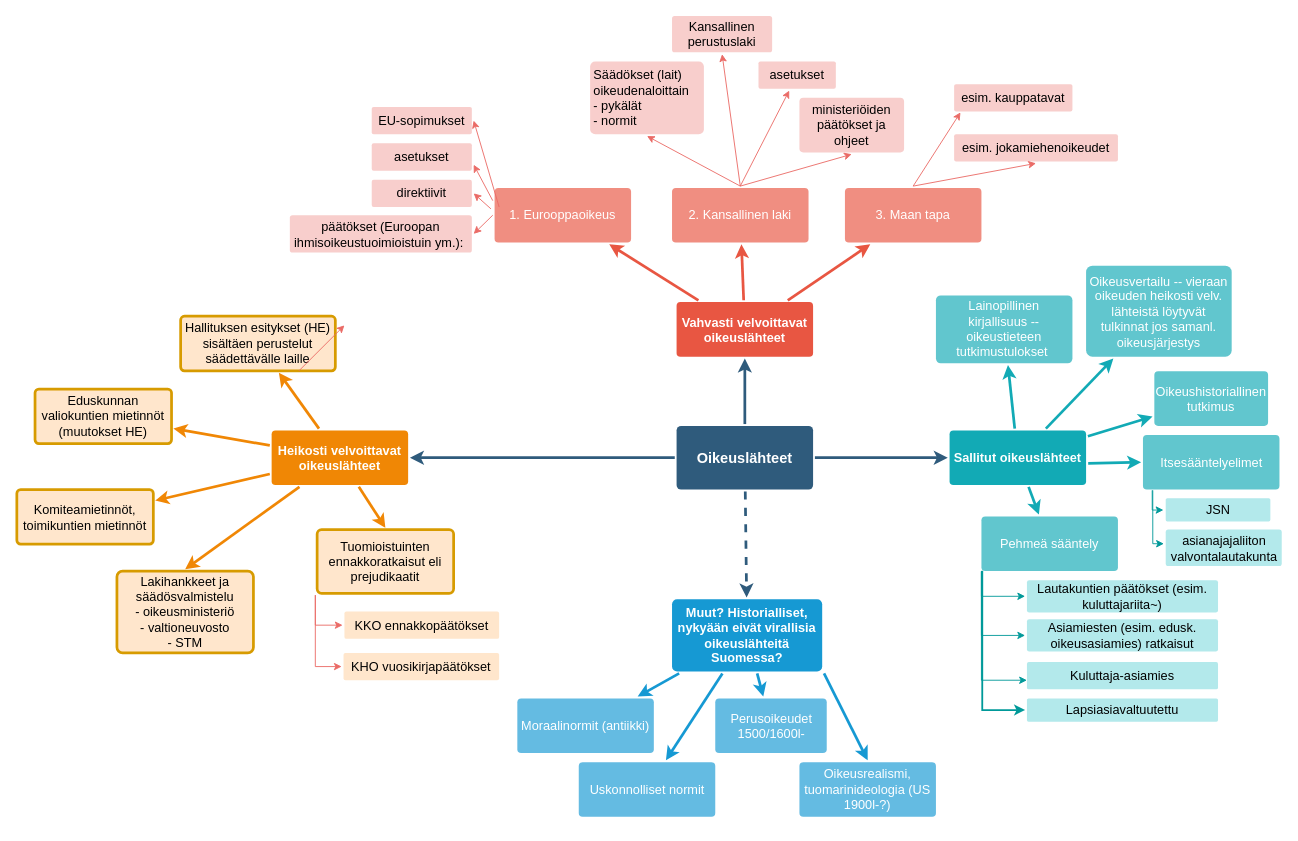
fellower/docs keeps this draw.io diagram as Untitled Diagram.drawio. Above is the earlier version. Source tidied: cells renumbered, new cells numbered last; positions are measured from the earlier drawing's top-left corner, leaving out a move shared by most shapes. Both pictures are drawn from the tidied source at 91%, with x=0, y=0 at pixel (16, 15).
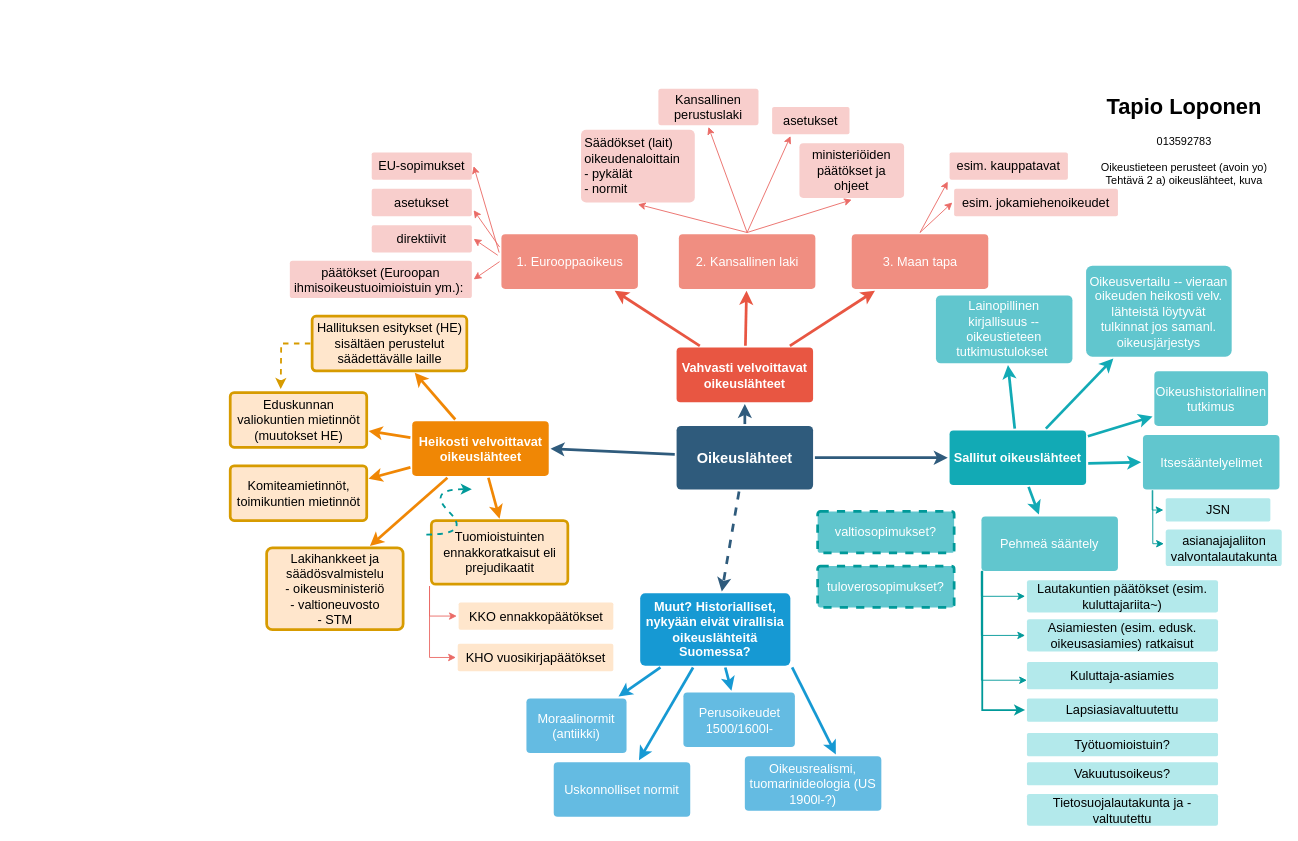
After the change.

What changed in the source:
```diff
@@
     <mxCell id="10" value="Vahvasti velvoittavat oikeuslähteet" style="rounded=1;whiteSpace=wrap;html=1;shadow=0;labelBackgroundColor=none;strokeColor=none;strokeWidth=3;fillColor=#e85642;fontFamily=Helvetica;fontSize=14;fontColor=#FFFFFF;align=center;spacing=5;fontStyle=1;arcSize=7;perimeterSpacing=2;" parent="1" vertex="1">
-      <mxGeometry x="725" y="314.5" width="150" height="60" as="geometry" />
+      <mxGeometry x="725" y="364.5" width="150" height="60" as="geometry" />
     </mxCell>
     <mxCell id="11" value="1. Eurooppaoikeus" style="rounded=1;whiteSpace=wrap;html=1;shadow=0;labelBackgroundColor=none;strokeColor=none;strokeWidth=3;fillColor=#f08e81;fontFamily=Helvetica;fontSize=14;fontColor=#FFFFFF;align=center;spacing=5;fontStyle=0;arcSize=7;perimeterSpacing=2;" parent="1" vertex="1">
-      <mxGeometry x="525" y="189" width="150" height="60" as="geometry" />
+      <mxGeometry x="532.5" y="240" width="150" height="60" as="geometry" />
     </mxCell>
     <mxCell id="12" value="2. Kansallinen laki" style="rounded=1;whiteSpace=wrap;html=1;shadow=0;labelBackgroundColor=none;strokeColor=none;strokeWidth=3;fillColor=#f08e81;fontFamily=Helvetica;fontSize=14;fontColor=#FFFFFF;align=center;spacing=5;fontStyle=0;arcSize=7;perimeterSpacing=2;" parent="1" vertex="1">
-      <mxGeometry x="720" y="189" width="150" height="60" as="geometry" />
+      <mxGeometry x="727.5" y="240" width="150" height="60" as="geometry" />
     </mxCell>
     <mxCell id="13" value="3. Maan tapa" style="rounded=1;whiteSpace=wrap;html=1;shadow=0;labelBackgroundColor=none;strokeColor=none;strokeWidth=3;fillColor=#f08e81;fontFamily=Helvetica;fontSize=14;fontColor=#FFFFFF;align=center;spacing=5;fontStyle=0;arcSize=7;perimeterSpacing=2;" parent="1" vertex="1">
-      <mxGeometry x="910" y="189" width="150" height="60" as="geometry" />
+      <mxGeometry x="917.5" y="240" width="150" height="60" as="geometry" />
     </mxCell>
@@
     <mxCell id="17" value="Muut? Historialliset, nykyään eivät virallisia oikeuslähteitä Suomessa?" style="rounded=1;whiteSpace=wrap;html=1;shadow=0;labelBackgroundColor=none;strokeColor=none;strokeWidth=3;fillColor=#1699d3;fontFamily=Helvetica;fontSize=14;fontColor=#FFFFFF;align=center;spacing=5;fontStyle=1;arcSize=7;perimeterSpacing=2;" parent="1" vertex="1">
-      <mxGeometry x="720" y="641" width="165" height="79.5" as="geometry" />
+      <mxGeometry x="685" y="634.5" width="165" height="79.5" as="geometry" />
     </mxCell>
     <mxCell id="18" value="Uskonnolliset normit" style="rounded=1;whiteSpace=wrap;html=1;shadow=0;labelBackgroundColor=none;strokeColor=none;strokeWidth=3;fillColor=#64bbe2;fontFamily=Helvetica;fontSize=14;fontColor=#FFFFFF;align=center;spacing=5;arcSize=7;perimeterSpacing=2;" parent="1" vertex="1">
-      <mxGeometry x="617.5" y="820" width="150" height="60" as="geometry" />
+      <mxGeometry x="590" y="820" width="150" height="60" as="geometry" />
     </mxCell>
     <mxCell id="19" value="Perusoikeudet 1500/1600l-" style="rounded=1;whiteSpace=wrap;html=1;shadow=0;labelBackgroundColor=none;strokeColor=none;strokeWidth=3;fillColor=#64bbe2;fontFamily=Helvetica;fontSize=14;fontColor=#FFFFFF;align=center;spacing=5;arcSize=7;perimeterSpacing=2;" parent="1" vertex="1">
-      <mxGeometry x="767.5" y="750" width="122.5" height="60" as="geometry" />
+      <mxGeometry x="732.5" y="743.5" width="122.5" height="60" as="geometry" />
     </mxCell>
     <mxCell id="20" value="Moraalinormit (antiikki)" style="rounded=1;whiteSpace=wrap;html=1;shadow=0;labelBackgroundColor=none;strokeColor=none;strokeWidth=3;fillColor=#64bbe2;fontFamily=Helvetica;fontSize=14;fontColor=#FFFFFF;align=center;spacing=5;arcSize=7;perimeterSpacing=2;" parent="1" vertex="1">
-      <mxGeometry x="550" y="750" width="150" height="60" as="geometry" />
+      <mxGeometry x="560" y="750" width="110" height="60" as="geometry" />
     </mxCell>
     <mxCell id="21" value="Heikosti velvoittavat oikeuslähteet" style="rounded=1;whiteSpace=wrap;html=1;shadow=0;labelBackgroundColor=none;strokeColor=none;strokeWidth=3;fillColor=#F08705;fontFamily=Helvetica;fontSize=14;fontColor=#FFFFFF;align=center;spacing=5;fontStyle=1;arcSize=7;perimeterSpacing=2;" parent="1" vertex="1">
-      <mxGeometry x="280" y="455.5" width="150" height="60" as="geometry" />
+      <mxGeometry x="434.5" y="445.5" width="150" height="60" as="geometry" />
     </mxCell>
+    <mxCell id="82" style="edgeStyle=orthogonalEdgeStyle;rounded=0;jumpStyle=arc;jumpSize=6;jettySize=auto;html=1;exitX=0;exitY=0.5;exitDx=0;exitDy=0;dashed=1;strokeColor=#d79b00;strokeWidth=2;fontColor=#000000;fillColor=#ffe6cc;" parent="1" edge="1" source="22">
+      <mxGeometry relative="1" as="geometry">
+        <mxPoint x="290" y="410" as="targetPoint" />
+      </mxGeometry>
+    </mxCell>
     <mxCell id="22" value="Hallituksen esitykset (HE) sisältäen perustelut säädettävälle laille" style="rounded=1;whiteSpace=wrap;html=1;shadow=0;labelBackgroundColor=none;strokeColor=#d79b00;strokeWidth=3;fillColor=#ffe6cc;fontFamily=Helvetica;fontSize=14;align=center;spacing=5;arcSize=7;perimeterSpacing=2;" parent="1" vertex="1">
-      <mxGeometry x="180" y="330" width="170" height="60" as="geometry" />
+      <mxGeometry x="324.5" y="330" width="170" height="60" as="geometry" />
     </mxCell>
@@
     <mxCell id="24" value="Eduskunnan valiokuntien mietinnöt (muutokset HE)" style="rounded=1;whiteSpace=wrap;html=1;shadow=0;labelBackgroundColor=none;strokeColor=#d79b00;strokeWidth=3;fillColor=#ffe6cc;fontFamily=Helvetica;fontSize=14;align=center;spacing=5;arcSize=7;perimeterSpacing=2;" parent="1" vertex="1">
-      <mxGeometry x="20" y="410" width="150" height="60" as="geometry" />
+      <mxGeometry x="234.5" y="414" width="150" height="60" as="geometry" />
     </mxCell>
@@
     <mxCell id="26" value="Komiteamietinnöt, toimikuntien mietinnöt" style="rounded=1;whiteSpace=wrap;html=1;shadow=0;labelBackgroundColor=none;strokeColor=#d79b00;strokeWidth=3;fillColor=#ffe6cc;fontFamily=Helvetica;fontSize=14;align=center;spacing=5;arcSize=7;perimeterSpacing=2;" parent="1" vertex="1">
-      <mxGeometry y="520.5" width="150" height="60" as="geometry" />
+      <mxGeometry x="234.5" y="494.5" width="150" height="60" as="geometry" />
     </mxCell>
-    <mxCell id="27" style="edgeStyle=none;rounded=0;jumpStyle=none;html=1;shadow=0;labelBackgroundColor=none;startArrow=none;startFill=0;endArrow=classic;endFill=1;jettySize=auto;strokeColor=#F08705;strokeWidth=3;fontFamily=Helvetica;fontSize=14;fontColor=#FFFFFF;spacing=5;" parent="1" edge="1" source="21" target="26">
+    <mxCell id="27" style="edgeStyle=none;rounded=0;jumpStyle=none;html=1;shadow=0;labelBackgroundColor=none;startArrow=none;startFill=0;endArrow=classic;endFill=1;jettySize=auto;strokeColor=#F08705;strokeWidth=3;fontFamily=Helvetica;fontSize=14;fontColor=#FFFFFF;spacing=5;entryX=1;entryY=0.25;entryDx=0;entryDy=0;" parent="1" edge="1" source="21" target="26">
       <mxGeometry relative="1" as="geometry" />
     </mxCell>
@@
     <mxCell id="38" value="EU-sopimukset" style="rounded=1;whiteSpace=wrap;html=1;shadow=0;labelBackgroundColor=none;strokeColor=none;strokeWidth=3;fontFamily=Helvetica;fontSize=14;align=center;spacing=5;fontStyle=0;arcSize=7;perimeterSpacing=2;fillColor=#F8CECC;" parent="1" vertex="1">
-      <mxGeometry x="390" y="100" width="110" height="30" as="geometry" />
+      <mxGeometry x="390" y="150" width="110" height="30" as="geometry" />
     </mxCell>
     <mxCell id="39" value="asetukset" style="rounded=1;whiteSpace=wrap;html=1;shadow=0;labelBackgroundColor=none;strokeColor=none;strokeWidth=3;fontFamily=Helvetica;fontSize=14;align=center;spacing=5;fontStyle=0;arcSize=7;perimeterSpacing=2;fillColor=#F8CECC;" parent="1" vertex="1">
-      <mxGeometry x="390" y="140" width="110" height="30" as="geometry" />
+      <mxGeometry x="390" y="190" width="110" height="30" as="geometry" />
     </mxCell>
     <mxCell id="40" value="direktiivit" style="rounded=1;whiteSpace=wrap;html=1;shadow=0;labelBackgroundColor=none;strokeColor=none;strokeWidth=3;fontFamily=Helvetica;fontSize=14;align=center;spacing=5;fontStyle=0;arcSize=7;perimeterSpacing=2;fillColor=#F8CECC;" parent="1" vertex="1">
-      <mxGeometry x="390" y="180" width="110" height="30" as="geometry" />
+      <mxGeometry x="390" y="230" width="110" height="30" as="geometry" />
     </mxCell>
     <mxCell id="41" value="päätökset (Euroopan ihmisoikeustuoimioistuin ym.):&amp;nbsp;" style="rounded=1;whiteSpace=wrap;html=1;shadow=0;labelBackgroundColor=none;strokeColor=none;strokeWidth=3;fontFamily=Helvetica;fontSize=14;align=center;spacing=5;fontStyle=0;arcSize=7;perimeterSpacing=2;fillColor=#F8CECC;" parent="1" vertex="1">
-      <mxGeometry x="300" y="219" width="200" height="41" as="geometry" />
+      <mxGeometry x="300" y="269" width="200" height="41" as="geometry" />
     </mxCell>
@@
     <mxCell id="45" style="endArrow=classic;html=1;fontColor=#000000;entryX=1;entryY=0.5;entryDx=0;entryDy=0;strokeColor=#EA6B66;" parent="1" edge="1" target="38">
       <mxGeometry relative="1" as="geometry">
-        <mxPoint x="530" y="210" as="sourcePoint" />
+        <mxPoint x="530" y="260" as="sourcePoint" />
       </mxGeometry>
     </mxCell>
     <mxCell id="46" value="Kansallinen perustuslaki" style="rounded=1;whiteSpace=wrap;html=1;shadow=0;labelBackgroundColor=none;strokeColor=none;strokeWidth=3;fontFamily=Helvetica;fontSize=14;align=center;spacing=5;fontStyle=0;arcSize=7;perimeterSpacing=2;fillColor=#F8CECC;" parent="1" vertex="1">
-      <mxGeometry x="720" width="110" height="40" as="geometry" />
+      <mxGeometry x="705" y="80" width="110" height="40" as="geometry" />
     </mxCell>
     <mxCell id="47" value="&lt;div style=&quot;text-align: left&quot;&gt;&lt;span&gt;Säädökset (lait) oikeudenaloittain&lt;/span&gt;&lt;/div&gt;&lt;div style=&quot;text-align: left&quot;&gt;&lt;span&gt;- pykälät&lt;/span&gt;&lt;/div&gt;&lt;div style=&quot;text-align: left&quot;&gt;&lt;span&gt;- normit&lt;/span&gt;&lt;/div&gt;" style="rounded=1;whiteSpace=wrap;html=1;shadow=0;labelBackgroundColor=none;strokeColor=none;strokeWidth=3;fontFamily=Helvetica;fontSize=14;align=center;spacing=5;fontStyle=0;arcSize=7;perimeterSpacing=2;fillColor=#F8CECC;" parent="1" vertex="1">
-      <mxGeometry x="630" y="50" width="125" height="80" as="geometry" />
+      <mxGeometry x="620" y="125" width="125" height="80" as="geometry" />
     </mxCell>
     <mxCell id="48" value="&lt;div style=&quot;text-align: left&quot;&gt;&lt;span&gt;asetukset&lt;/span&gt;&lt;/div&gt;" style="rounded=1;whiteSpace=wrap;html=1;shadow=0;labelBackgroundColor=none;strokeColor=none;strokeWidth=3;fontFamily=Helvetica;fontSize=14;align=center;spacing=5;fontStyle=0;arcSize=7;perimeterSpacing=2;fillColor=#F8CECC;" parent="1" vertex="1">
-      <mxGeometry x="815" y="50" width="85" height="30" as="geometry" />
+      <mxGeometry x="830" y="100" width="85" height="30" as="geometry" />
     </mxCell>
     <mxCell id="49" value="&lt;div style=&quot;&quot;&gt;&lt;span&gt;ministeriöiden päätökset ja ohjeet&lt;/span&gt;&lt;/div&gt;" style="rounded=1;whiteSpace=wrap;html=1;shadow=0;labelBackgroundColor=none;strokeColor=none;strokeWidth=3;fontFamily=Helvetica;fontSize=14;align=center;spacing=5;fontStyle=0;arcSize=7;perimeterSpacing=2;fillColor=#F8CECC;" parent="1" vertex="1">
-      <mxGeometry x="860" y="90" width="115" height="60" as="geometry" />
+      <mxGeometry x="860" y="140" width="115" height="60" as="geometry" />
     </mxCell>
     <mxCell id="50" value="&lt;div style=&quot;text-align: left&quot;&gt;&lt;span&gt;esim. kauppatavat&lt;/span&gt;&lt;/div&gt;" style="rounded=1;whiteSpace=wrap;html=1;shadow=0;labelBackgroundColor=none;strokeColor=none;strokeWidth=3;fontFamily=Helvetica;fontSize=14;align=center;spacing=5;fontStyle=0;arcSize=7;perimeterSpacing=2;fillColor=#F8CECC;" parent="1" vertex="1">
-      <mxGeometry x="1030" y="75" width="130" height="30" as="geometry" />
+      <mxGeometry x="1025" y="150" width="130" height="30" as="geometry" />
     </mxCell>
     <mxCell id="51" value="&lt;div style=&quot;text-align: left&quot;&gt;&lt;span&gt;esim. jokamiehenoikeudet&lt;/span&gt;&lt;/div&gt;" style="rounded=1;whiteSpace=wrap;html=1;shadow=0;labelBackgroundColor=none;strokeColor=none;strokeWidth=3;fontFamily=Helvetica;fontSize=14;align=center;spacing=5;fontStyle=0;arcSize=7;perimeterSpacing=2;fillColor=#F8CECC;" parent="1" vertex="1">
-      <mxGeometry x="1030" y="130" width="180" height="30" as="geometry" />
+      <mxGeometry x="1030" y="190" width="180" height="30" as="geometry" />
     </mxCell>
@@
-    <mxCell id="54" style="endArrow=classic;html=1;fontColor=#000000;exitX=0.5;exitY=0;exitDx=0;exitDy=0;strokeColor=#EA6B66;" parent="1" edge="1" source="12" target="48">
+    <mxCell id="54" style="endArrow=classic;html=1;fontColor=#000000;exitX=0.5;exitY=0;exitDx=0;exitDy=0;strokeColor=#EA6B66;entryX=0.25;entryY=1;entryDx=0;entryDy=0;" parent="1" edge="1" source="12" target="48">
       <mxGeometry relative="1" as="geometry" />
     </mxCell>
@@
-    <mxCell id="56" style="endArrow=classic;html=1;fontColor=#000000;exitX=0.5;exitY=0;exitDx=0;exitDy=0;strokeColor=#EA6B66;entryX=0.067;entryY=0.971;entryDx=0;entryDy=0;entryPerimeter=0;" parent="1" edge="1" source="13" target="50">
+    <mxCell id="56" style="endArrow=classic;html=1;fontColor=#000000;exitX=0.5;exitY=0;exitDx=0;exitDy=0;strokeColor=#EA6B66;entryX=0;entryY=1;entryDx=0;entryDy=0;" parent="1" edge="1" source="13" target="50">
       <mxGeometry relative="1" as="geometry" />
     </mxCell>
-    <mxCell id="57" style="endArrow=classic;html=1;fontColor=#000000;exitX=0.5;exitY=0;exitDx=0;exitDy=0;strokeColor=#EA6B66;entryX=0.5;entryY=1;entryDx=0;entryDy=0;" parent="1" edge="1" source="13" target="51">
+    <mxCell id="57" style="endArrow=classic;html=1;fontColor=#000000;exitX=0.5;exitY=0;exitDx=0;exitDy=0;strokeColor=#EA6B66;entryX=0;entryY=0.5;entryDx=0;entryDy=0;" parent="1" edge="1" source="13" target="51">
       <mxGeometry relative="1" as="geometry" />
     </mxCell>
     <mxCell id="58" value="Lakihankkeet ja säädösvalmistelu&lt;br&gt;- oikeusministeriö&lt;br&gt;- valtioneuvosto&lt;br&gt;- STM" style="rounded=1;whiteSpace=wrap;html=1;shadow=0;labelBackgroundColor=none;strokeColor=#d79b00;strokeWidth=3;fillColor=#ffe6cc;fontFamily=Helvetica;fontSize=14;align=center;spacing=5;arcSize=7;perimeterSpacing=2;" parent="1" vertex="1">
-      <mxGeometry x="110" y="610" width="150" height="90" as="geometry" />
+      <mxGeometry x="274.5" y="584.5" width="150" height="90" as="geometry" />
     </mxCell>
-    <mxCell id="59" style="edgeStyle=none;rounded=0;jumpStyle=none;html=1;shadow=0;labelBackgroundColor=none;startArrow=none;startFill=0;endArrow=classic;endFill=1;jettySize=auto;strokeColor=#F08705;strokeWidth=3;fontFamily=Helvetica;fontSize=14;fontColor=#FFFFFF;spacing=5;entryX=0.5;entryY=0;entryDx=0;entryDy=0;" parent="1" edge="1" source="21" target="58">
+    <mxCell id="59" style="edgeStyle=none;rounded=0;jumpStyle=none;html=1;shadow=0;labelBackgroundColor=none;startArrow=none;startFill=0;endArrow=classic;endFill=1;jettySize=auto;strokeColor=#F08705;strokeWidth=3;fontFamily=Helvetica;fontSize=14;fontColor=#FFFFFF;spacing=5;entryX=0.75;entryY=0;entryDx=0;entryDy=0;" parent="1" edge="1" source="21" target="58">
       <mxGeometry relative="1" as="geometry" />
     </mxCell>
     <mxCell id="60" style="edgeStyle=orthogonalEdgeStyle;rounded=0;jettySize=auto;html=1;exitX=0;exitY=1;exitDx=0;exitDy=0;entryX=0;entryY=0.5;entryDx=0;entryDy=0;strokeColor=#EA6B66;fontColor=#000000;" parent="1" edge="1" source="61" target="63">
       <mxGeometry relative="1" as="geometry">
         <Array as="points">
-          <mxPoint x="328" y="670" />
+          <mxPoint x="453.5" y="660" />
         </Array>
       </mxGeometry>
     </mxCell>
     <mxCell id="61" value="Tuomioistuinten ennakkoratkaisut eli prejudikaatit" style="rounded=1;whiteSpace=wrap;html=1;shadow=0;labelBackgroundColor=none;strokeColor=#d79b00;strokeWidth=3;fillColor=#ffe6cc;fontFamily=Helvetica;fontSize=14;align=center;spacing=5;arcSize=7;perimeterSpacing=2;" parent="1" vertex="1">
-      <mxGeometry x="330" y="564.5" width="150" height="70" as="geometry" />
+      <mxGeometry x="455.5" y="554.5" width="150" height="70" as="geometry" />
     </mxCell>
@@
     <mxCell id="63" value="KKO ennakkopäätökset" style="rounded=1;whiteSpace=wrap;html=1;shadow=0;labelBackgroundColor=none;strokeWidth=3;fontFamily=Helvetica;fontSize=14;align=center;spacing=5;fontStyle=0;arcSize=7;perimeterSpacing=2;strokeColor=none;fillColor=#FFE6CC;" parent="1" vertex="1">
-      <mxGeometry x="360" y="654.5" width="170" height="30" as="geometry" />
+      <mxGeometry x="485.5" y="644.5" width="170" height="30" as="geometry" />
     </mxCell>
     <mxCell id="64" value="KHO vuosikirjapäätökset" style="rounded=1;whiteSpace=wrap;html=1;shadow=0;labelBackgroundColor=none;strokeWidth=3;fontFamily=Helvetica;fontSize=14;align=center;spacing=5;fontStyle=0;arcSize=7;perimeterSpacing=2;strokeColor=none;fillColor=#FFE6CC;" parent="1" vertex="1">
-      <mxGeometry x="359" y="700" width="171" height="30" as="geometry" />
+      <mxGeometry x="484.5" y="690" width="171" height="30" as="geometry" />
     </mxCell>
-    <mxCell id="65" style="endArrow=classic;html=1;strokeColor=#EA6B66;fontColor=#000000;" parent="1" edge="1">
-      <mxGeometry relative="1" as="geometry">
-        <mxPoint x="310" y="390" as="sourcePoint" />
-        <mxPoint x="360" y="340" as="targetPoint" />
-      </mxGeometry>
-    </mxCell>
     <mxCell id="66" style="edgeStyle=orthogonalEdgeStyle;rounded=0;jettySize=auto;html=1;exitX=0;exitY=1;exitDx=0;exitDy=0;entryX=0;entryY=0.5;entryDx=0;entryDy=0;strokeColor=#EA6B66;fontColor=#000000;" parent="1" edge="1" source="61" target="64">
       <mxGeometry relative="1" as="geometry">
         <Array as="points">
-          <mxPoint x="328" y="715" />
+          <mxPoint x="453.5" y="705" />
         </Array>
       </mxGeometry>
     </mxCell>
@@
     <mxCell id="80" value="Oikeusrealismi, tuomarinideologia (US 1900l-?)" style="rounded=1;whiteSpace=wrap;html=1;shadow=0;labelBackgroundColor=none;strokeColor=none;strokeWidth=3;fillColor=#64bbe2;fontFamily=Helvetica;fontSize=14;fontColor=#FFFFFF;align=center;spacing=5;arcSize=7;perimeterSpacing=2;" parent="1" vertex="1">
-      <mxGeometry x="860" y="820" width="150" height="60" as="geometry" />
+      <mxGeometry x="800" y="813.5" width="150" height="60" as="geometry" />
     </mxCell>
-    <mxCell id="81" style="edgeStyle=none;rounded=0;jumpStyle=none;html=1;shadow=0;labelBackgroundColor=none;startArrow=none;startFill=0;endArrow=classic;endFill=1;jettySize=auto;strokeColor=#1699D3;strokeWidth=3;fontFamily=Helvetica;fontSize=14;fontColor=#FFFFFF;spacing=5;entryX=0.5;entryY=0;entryDx=0;entryDy=0;exitX=1;exitY=1;exitDx=0;exitDy=0;" parent="1" edge="1" source="17" target="80">
-      <mxGeometry relative="1" as="geometry" />
+    <mxCell id="81" style="edgeStyle=none;rounded=0;jumpStyle=none;html=1;shadow=0;labelBackgroundColor=none;startArrow=none;startFill=0;endArrow=classic;endFill=1;jettySize=auto;strokeColor=#1699D3;strokeWidth=3;fontFamily=Helvetica;fontSize=14;fontColor=#FFFFFF;spacing=5;entryX=0.5;entryY=0;entryDx=0;entryDy=0;exitX=1;exitY=1;exitDx=0;exitDy=0;" parent="1" edge="1" source="17">
+      <mxGeometry relative="1" as="geometry">
+        <mxPoint x="900" y="811.5" as="targetPoint" />
+      </mxGeometry>
     </mxCell>
+    <mxCell id="83" value="valtiosopimukset?" style="rounded=1;whiteSpace=wrap;html=1;shadow=0;labelBackgroundColor=none;strokeWidth=3;fontFamily=Helvetica;fontSize=14;fontColor=#FFFFFF;align=center;spacing=5;arcSize=7;perimeterSpacing=2;dashed=1;strokeColor=#009999;fillColor=#61C6CE;" parent="1" vertex="1">
+      <mxGeometry x="880" y="544.5" width="150" height="45.5" as="geometry" />
+    </mxCell>
+    <mxCell id="84" value="tuloverosopimukset?" style="rounded=1;whiteSpace=wrap;html=1;shadow=0;labelBackgroundColor=none;strokeWidth=3;fontFamily=Helvetica;fontSize=14;fontColor=#FFFFFF;align=center;spacing=5;arcSize=7;perimeterSpacing=2;dashed=1;strokeColor=#009999;fillColor=#61C6CE;" parent="1" vertex="1">
+      <mxGeometry x="880" y="604.5" width="150" height="45.5" as="geometry" />
+    </mxCell>
+    <mxCell id="85" value="Työtuomioistuin?" style="rounded=1;whiteSpace=wrap;html=1;shadow=0;labelBackgroundColor=none;strokeWidth=3;fontFamily=Helvetica;fontSize=14;align=center;spacing=5;fontStyle=0;arcSize=7;perimeterSpacing=2;strokeColor=none;fillColor=#B3E9EB;" parent="1" vertex="1">
+      <mxGeometry x="1110" y="788" width="210" height="25.5" as="geometry" />
+    </mxCell>
+    <mxCell id="86" value="Vakuutusoikeus?" style="rounded=1;whiteSpace=wrap;html=1;shadow=0;labelBackgroundColor=none;strokeWidth=3;fontFamily=Helvetica;fontSize=14;align=center;spacing=5;fontStyle=0;arcSize=7;perimeterSpacing=2;strokeColor=none;fillColor=#B3E9EB;" parent="1" vertex="1">
+      <mxGeometry x="1110" y="820" width="210" height="25.5" as="geometry" />
+    </mxCell>
+    <mxCell id="87" value="Tietosuojalautakunta ja -valtuutettu" style="rounded=1;whiteSpace=wrap;html=1;shadow=0;labelBackgroundColor=none;strokeWidth=3;fontFamily=Helvetica;fontSize=14;align=center;spacing=5;fontStyle=0;arcSize=7;perimeterSpacing=2;strokeColor=none;fillColor=#B3E9EB;" parent="1" vertex="1">
+      <mxGeometry x="1110" y="855" width="210" height="35" as="geometry" />
+    </mxCell>
+    <mxCell id="88" value="&lt;h1&gt;Tapio Loponen&lt;/h1&gt;013592783&lt;br&gt;&lt;br&gt;Oikeustieteen perusteet (avoin yo)&lt;br&gt;Tehtävä 2 a) oikeuslähteet, kuva" style="text;html=1;strokeColor=none;fillColor=none;spacing=5;spacingTop=-20;whiteSpace=wrap;overflow=hidden;rounded=0;dashed=1;fontColor=#000000;align=center;" parent="1" vertex="1">
+      <mxGeometry x="1177.5" y="80" width="210" height="120" as="geometry" />
+    </mxCell>
+    <mxCell id="89" style="curved=1;endArrow=classic;html=1;dashed=1;strokeColor=#009999;strokeWidth=2;fontColor=#000000;" parent="1" edge="1">
+      <mxGeometry relative="1" as="geometry">
+        <mxPoint x="450" y="570" as="sourcePoint" />
+        <mxPoint x="500" y="520" as="targetPoint" />
+        <Array as="points">
+          <mxPoint x="500" y="570" />
+          <mxPoint x="450" y="520" />
+        </Array>
+      </mxGeometry>
+    </mxCell>
```
